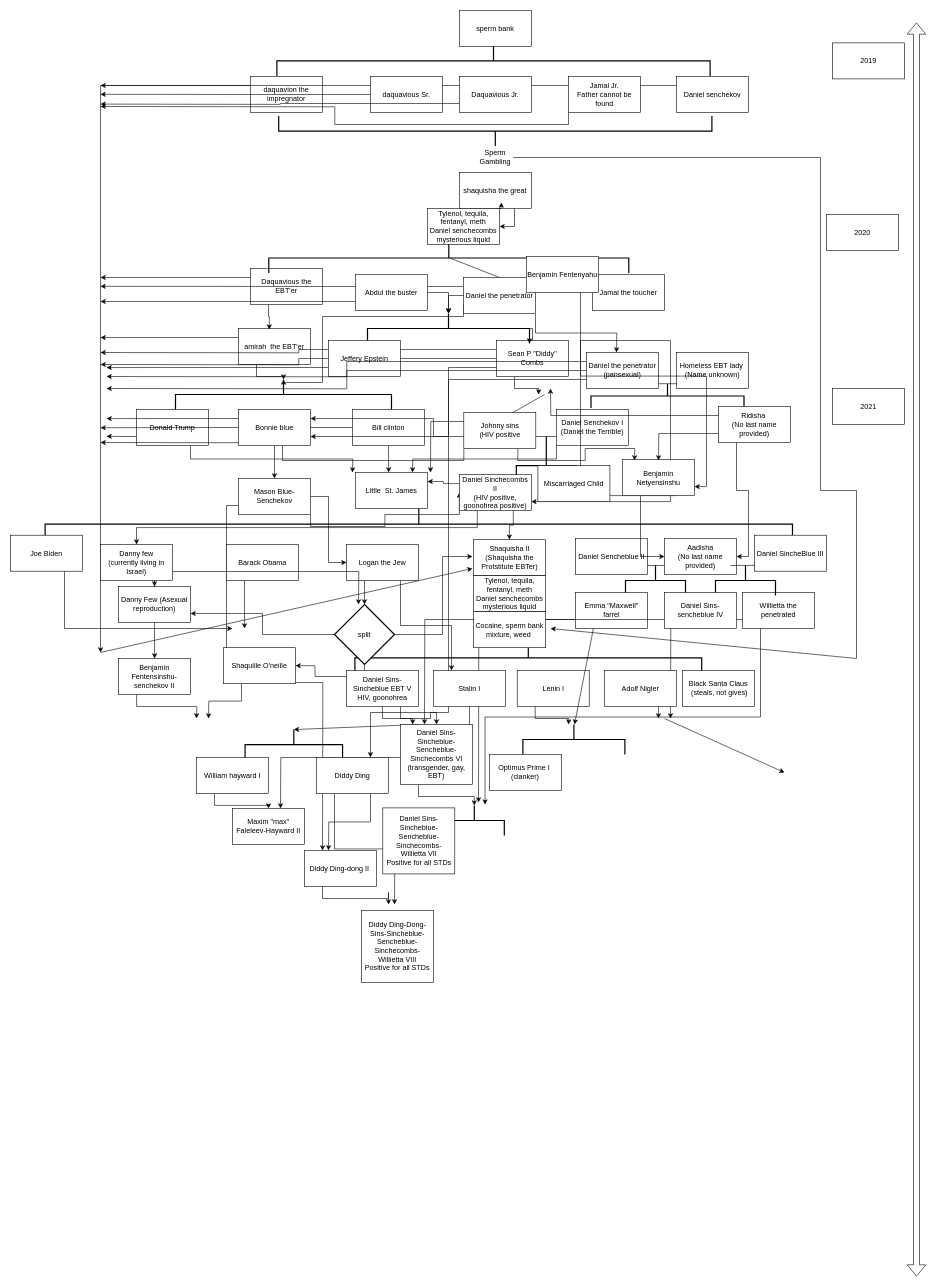
Earlier version of the draw.io diagram shaquisha.drawio (omada15/drawio). Source tidied: cells renumbered, new cells numbered last; positions are measured from the earlier drawing's top-left corner, leaving out a move shared by most shapes. Both pictures are drawn from the tidied source at 60%, with x=0, y=0 at pixel (10, -156).
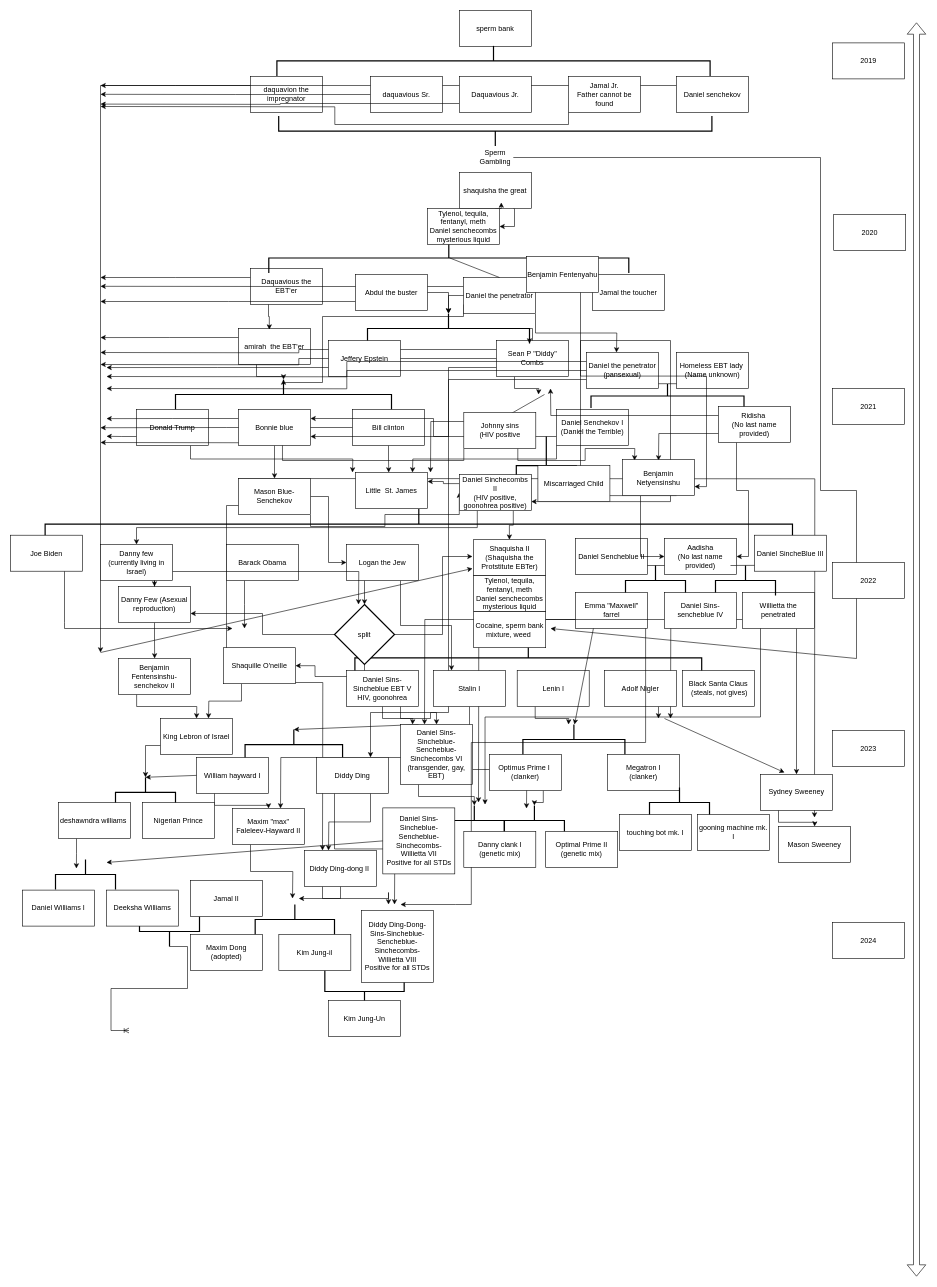
The same page after the edit.

Unchanged cells that the change refers to:
```xml
<mxCell id="112" value="Willietta the penetrated" style="rounded=0;whiteSpace=wrap;html=1;" parent="1" vertex="1">
  <mxGeometry x="1220" y="1247" width="120" height="60" as="geometry" />
</mxCell>
<mxCell id="150" value="William hayward I" style="rounded=0;whiteSpace=wrap;html=1;" parent="1" vertex="1">
  <mxGeometry x="310" y="1521.8" width="120" height="60" as="geometry" />
</mxCell>
<mxCell id="154" value="Maxim &quot;max&quot; Faleleev-Hayward II" style="rounded=0;whiteSpace=wrap;html=1;" parent="1" vertex="1">
  <mxGeometry x="370" y="1607" width="120" height="60" as="geometry" />
</mxCell>
<mxCell id="156" value="Daniel Sins-Sincheblue-Sencheblue-Sinchecombs VI&lt;div&gt;(transgender, gay, EBT)&lt;/div&gt;" style="rounded=0;whiteSpace=wrap;html=1;" parent="1" vertex="1">
  <mxGeometry x="650" y="1467" width="120" height="100" as="geometry" />
</mxCell>
<mxCell id="160" value="Daniel Sins-Sincheblue-Sencheblue-Sinchecombs-Willietta VII&lt;div&gt;Positive for all STDs&lt;/div&gt;" style="rounded=0;whiteSpace=wrap;html=1;" parent="1" vertex="1">
  <mxGeometry x="620.5" y="1606" width="120" height="110" as="geometry" />
</mxCell>
<mxCell id="162" value="Diddy Ding-dong II&amp;nbsp;" style="rounded=0;whiteSpace=wrap;html=1;" parent="1" vertex="1">
  <mxGeometry x="490" y="1677" width="120" height="60" as="geometry" />
</mxCell>
<mxCell id="165" value="Optimus Prime I&amp;nbsp;&lt;br&gt;(clanker)" style="rounded=0;whiteSpace=wrap;html=1;" parent="1" vertex="1">
  <mxGeometry x="798" y="1517" width="120" height="60" as="geometry" />
</mxCell>
```

The edit, as a diff of the source:
```diff
@@
+    <mxCell id="166" style="strokeWidth=2;html=1;shape=mxgraph.flowchart.annotation_2;align=left;labelPosition=right;direction=north;" parent="1" vertex="1">
+      <mxGeometry x="215" y="1787" width="100" height="50" as="geometry" />
+    </mxCell>
+    <mxCell id="167" style="strokeWidth=2;html=1;shape=mxgraph.flowchart.annotation_2;align=left;labelPosition=right;direction=north;" parent="1" vertex="1">
+      <mxGeometry x="523.9" y="1877" width="132.2" height="70" as="geometry" />
+    </mxCell>
@@
+    <mxCell id="168" style="edgeStyle=orthogonalEdgeStyle;rounded=0;orthogonalLoop=1;jettySize=auto;html=1;exitX=0;exitY=0.25;exitDx=0;exitDy=0;" parent="1" edge="1">
+      <mxGeometry relative="1" as="geometry">
+        <mxPoint x="380" y="1057" as="sourcePoint" />
+        <mxPoint x="1340" y="1622" as="targetPoint" />
+      </mxGeometry>
+    </mxCell>
@@
     <mxCell id="80" value="2020" style="rounded=0;whiteSpace=wrap;html=1;" parent="1" vertex="1">
-      <mxGeometry x="1360" y="617" width="120" height="60" as="geometry" />
+      <mxGeometry x="1372" y="617" width="120" height="60" as="geometry" />
     </mxCell>
@@
+    <mxCell id="169" style="edgeStyle=orthogonalEdgeStyle;rounded=0;jettySize=auto;html=1;exitX=0.75;exitY=1;exitDx=0;exitDy=0;" parent="1" edge="1" source="112" target="187">
+      <mxGeometry relative="1" as="geometry" />
+    </mxCell>
@@
+    <mxCell id="170" style="edgeStyle=orthogonalEdgeStyle;rounded=0;jettySize=auto;html=1;exitX=0.25;exitY=1;exitDx=0;exitDy=0;" parent="1" edge="1" source="154">
+      <mxGeometry relative="1" as="geometry">
+        <mxPoint x="470" y="1757" as="targetPoint" />
+      </mxGeometry>
+    </mxCell>
@@
+    <mxCell id="171" style="edgeStyle=orthogonalEdgeStyle;rounded=0;jettySize=auto;html=1;exitX=1;exitY=0.75;exitDx=0;exitDy=0;" parent="1" edge="1" source="156">
+      <mxGeometry relative="1" as="geometry">
+        <mxPoint x="860" y="1607" as="targetPoint" />
+      </mxGeometry>
+    </mxCell>
@@
+    <mxCell id="172" style="edgeStyle=orthogonalEdgeStyle;rounded=0;jettySize=auto;html=1;exitX=0.5;exitY=1;exitDx=0;exitDy=0;" parent="1" edge="1" source="162">
+      <mxGeometry relative="1" as="geometry">
+        <mxPoint x="480" y="1757" as="targetPoint" />
+      </mxGeometry>
+    </mxCell>
@@
+    <mxCell id="173" style="edgeStyle=orthogonalEdgeStyle;rounded=0;jettySize=auto;html=1;exitX=0.75;exitY=1;exitDx=0;exitDy=0;" parent="1" edge="1" source="165" target="193">
+      <mxGeometry relative="1" as="geometry" />
+    </mxCell>
@@
+    <mxCell id="174" value="Megatron I&lt;div&gt;(clanker)&lt;/div&gt;" style="rounded=0;whiteSpace=wrap;html=1;" parent="1" vertex="1">
+      <mxGeometry x="995" y="1517" width="120" height="60" as="geometry" />
+    </mxCell>
+    <mxCell id="175" style="edgeStyle=orthogonalEdgeStyle;rounded=0;orthogonalLoop=1;jettySize=auto;html=1;exitX=0.75;exitY=1;exitDx=0;exitDy=0;" parent="1" edge="1">
+      <mxGeometry relative="1" as="geometry">
+        <mxPoint x="1058.5" y="1307" as="sourcePoint" />
+        <mxPoint x="650" y="1767" as="targetPoint" />
+        <Array as="points">
+          <mxPoint x="1059" y="1497" />
+          <mxPoint x="768" y="1497" />
+          <mxPoint x="768" y="1767" />
+          <mxPoint x="742" y="1767" />
+        </Array>
+      </mxGeometry>
+    </mxCell>
+    <mxCell id="176" style="edgeStyle=orthogonalEdgeStyle;rounded=0;jettySize=auto;html=1;exitX=0;exitY=0.75;exitDx=0;exitDy=0;entryX=0;entryY=0.5;entryDx=0;entryDy=0;entryPerimeter=0;" parent="1" edge="1" source="177" target="179">
+      <mxGeometry relative="1" as="geometry" />
+    </mxCell>
+    <mxCell id="177" value="King Lebron of Israel" style="rounded=0;whiteSpace=wrap;html=1;" parent="1" vertex="1">
+      <mxGeometry x="250" y="1457" width="120" height="60" as="geometry" />
+    </mxCell>
+    <mxCell id="178" style="endArrow=classic;html=1;rounded=0;exitX=0;exitY=0.5;exitDx=0;exitDy=0;entryX=0;entryY=0.5;entryDx=0;entryDy=0;entryPerimeter=0;" parent="1" edge="1" source="150" target="179">
+      <mxGeometry relative="1" as="geometry" />
+    </mxCell>
+    <mxCell id="179" style="strokeWidth=2;html=1;shape=mxgraph.flowchart.annotation_2;align=left;labelPosition=right;rotation=90;" parent="1" vertex="1">
+      <mxGeometry x="200" y="1530" width="50" height="100" as="geometry" />
+    </mxCell>
+    <mxCell id="180" value="Nigerian Prince" style="rounded=0;whiteSpace=wrap;html=1;" parent="1" vertex="1">
+      <mxGeometry x="220" y="1597" width="120" height="60" as="geometry" />
+    </mxCell>
+    <mxCell id="181" style="edgeStyle=orthogonalEdgeStyle;rounded=0;jettySize=auto;html=1;exitX=0.25;exitY=1;exitDx=0;exitDy=0;" parent="1" edge="1" source="182">
+      <mxGeometry relative="1" as="geometry">
+        <mxPoint x="109.8" y="1707" as="targetPoint" />
+      </mxGeometry>
+    </mxCell>
+    <mxCell id="182" value="deshawndra williams&amp;nbsp;" style="rounded=0;whiteSpace=wrap;html=1;" parent="1" vertex="1">
+      <mxGeometry x="80" y="1597" width="120" height="60" as="geometry" />
+    </mxCell>
+    <mxCell id="183" style="endArrow=classic;html=1;rounded=0;exitX=0;exitY=0.5;exitDx=0;exitDy=0;" parent="1" edge="1" source="160">
+      <mxGeometry relative="1" as="geometry">
+        <mxPoint x="160" y="1697" as="targetPoint" />
+      </mxGeometry>
+    </mxCell>
+    <mxCell id="184" style="strokeWidth=2;html=1;shape=mxgraph.flowchart.annotation_2;align=left;labelPosition=right;rotation=90;" parent="1" vertex="1">
+      <mxGeometry x="100" y="1667" width="50" height="100" as="geometry" />
+    </mxCell>
+    <mxCell id="185" value="Daniel Williams I" style="rounded=0;whiteSpace=wrap;html=1;" parent="1" vertex="1">
+      <mxGeometry x="20" y="1743" width="120" height="60" as="geometry" />
+    </mxCell>
+    <mxCell id="186" style="edgeStyle=orthogonalEdgeStyle;rounded=0;jettySize=auto;html=1;exitX=0.25;exitY=1;exitDx=0;exitDy=0;" parent="1" edge="1" source="187">
+      <mxGeometry relative="1" as="geometry">
+        <mxPoint x="1340" y="1637" as="targetPoint" />
+      </mxGeometry>
+    </mxCell>
+    <mxCell id="187" value="Sydney Sweeney" style="rounded=0;whiteSpace=wrap;html=1;" parent="1" vertex="1">
+      <mxGeometry x="1250" y="1550" width="120" height="60" as="geometry" />
+    </mxCell>
+    <mxCell id="188" value="Mason Sweeney" style="rounded=0;whiteSpace=wrap;html=1;" parent="1" vertex="1">
+      <mxGeometry x="1280" y="1637" width="120" height="60" as="geometry" />
+    </mxCell>
+    <mxCell id="189" value="Deeksha Williams" style="rounded=0;whiteSpace=wrap;html=1;" parent="1" vertex="1">
+      <mxGeometry x="160" y="1743" width="120" height="60" as="geometry" />
+    </mxCell>
+    <mxCell id="190" style="strokeWidth=2;html=1;shape=mxgraph.flowchart.annotation_2;align=left;labelPosition=right;direction=south;" parent="1" vertex="1">
+      <mxGeometry x="407.8" y="1767" width="132.2" height="50" as="geometry" />
+    </mxCell>
+    <mxCell id="191" value="Kim Jung-il" style="rounded=0;whiteSpace=wrap;html=1;" parent="1" vertex="1">
+      <mxGeometry x="447.2" y="1817" width="120" height="60" as="geometry" />
+    </mxCell>
+    <mxCell id="192" value="Kim Jung-Un" style="rounded=0;whiteSpace=wrap;html=1;" parent="1" vertex="1">
+      <mxGeometry x="530" y="1927" width="120" height="60" as="geometry" />
+    </mxCell>
+    <mxCell id="193" style="strokeWidth=2;html=1;shape=mxgraph.flowchart.annotation_2;align=left;labelPosition=right;direction=south;" parent="1" vertex="1">
+      <mxGeometry x="823.2" y="1602" width="100" height="50" as="geometry" />
+    </mxCell>
+    <mxCell id="194" value="Danny clank I&lt;div&gt;(genetic mix)&lt;/div&gt;" style="rounded=0;whiteSpace=wrap;html=1;" parent="1" vertex="1">
+      <mxGeometry x="755.5" y="1645" width="120" height="60" as="geometry" />
+    </mxCell>
+    <mxCell id="195" value="Optimal Prime II&lt;div&gt;(genetic mix)&lt;/div&gt;" style="rounded=0;whiteSpace=wrap;html=1;" parent="1" vertex="1">
+      <mxGeometry x="892" y="1645" width="120" height="60" as="geometry" />
+    </mxCell>
+    <mxCell id="196" value="Maxim Dong (adopted)" style="rounded=0;whiteSpace=wrap;html=1;" parent="1" vertex="1">
+      <mxGeometry x="300.2" y="1817" width="120" height="60" as="geometry" />
+    </mxCell>
+    <mxCell id="197" value="Jamal II" style="rounded=0;whiteSpace=wrap;html=1;" parent="1" vertex="1">
+      <mxGeometry x="300" y="1727" width="120" height="60" as="geometry" />
+    </mxCell>
+    <mxCell id="198" style="edgeStyle=entityRelationEdgeStyle;fontSize=12;html=1;endArrow=ERoneToMany;rounded=0;exitX=0;exitY=0.5;exitDx=0;exitDy=0;exitPerimeter=0;" parent="1" edge="1" source="166">
+      <mxGeometry relative="1" as="geometry">
+        <mxPoint x="197.5" y="1977" as="targetPoint" />
+      </mxGeometry>
+    </mxCell>
+    <mxCell id="199" style="strokeWidth=2;html=1;shape=mxgraph.flowchart.annotation_2;align=left;labelPosition=right;direction=south;" parent="1" vertex="1">
+      <mxGeometry x="1065" y="1572" width="100" height="50" as="geometry" />
+    </mxCell>
+    <mxCell id="200" value="touching bot mk. I" style="rounded=0;whiteSpace=wrap;html=1;" parent="1" vertex="1">
+      <mxGeometry x="1015" y="1617" width="120" height="60" as="geometry" />
+    </mxCell>
+    <mxCell id="201" value="gooning machine mk. I" style="rounded=0;whiteSpace=wrap;html=1;" parent="1" vertex="1">
+      <mxGeometry x="1145" y="1617" width="120" height="60" as="geometry" />
+    </mxCell>
+    <mxCell id="202" value="2022" style="rounded=0;whiteSpace=wrap;html=1;" parent="1" vertex="1">
+      <mxGeometry x="1370" y="1197" width="120" height="60" as="geometry" />
+    </mxCell>
+    <mxCell id="203" value="2023" style="rounded=0;whiteSpace=wrap;html=1;" parent="1" vertex="1">
+      <mxGeometry x="1370" y="1477" width="120" height="60" as="geometry" />
+    </mxCell>
+    <mxCell id="204" value="2024" style="rounded=0;whiteSpace=wrap;html=1;" parent="1" vertex="1">
+      <mxGeometry x="1370" y="1797" width="120" height="60" as="geometry" />
+    </mxCell>
```
